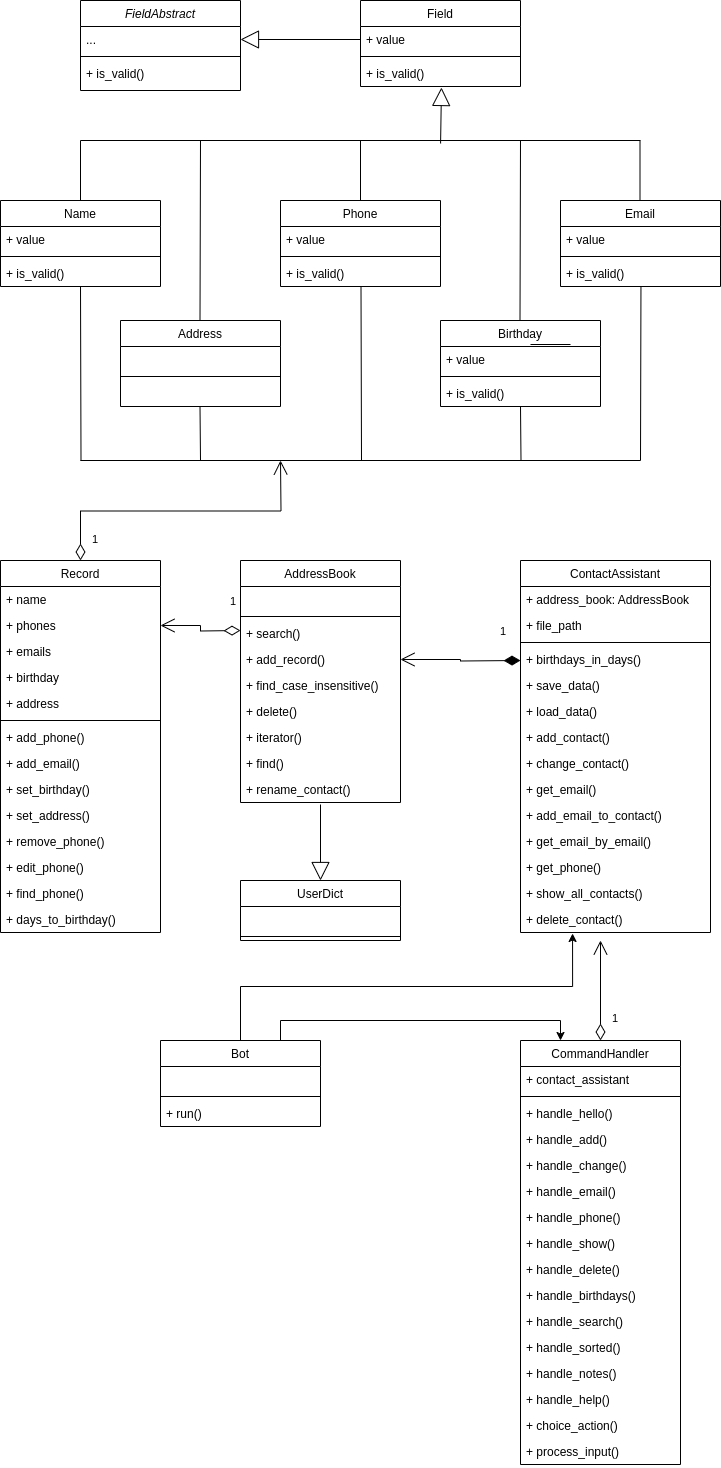
Above: personal_assistant_bot.drawio.png in prominb/personal-notebook (draw.io), before the change. Source tidied: cells renumbered, new cells last; positions are measured from the earlier drawing's top-left corner, leaving out a move shared by most shapes.
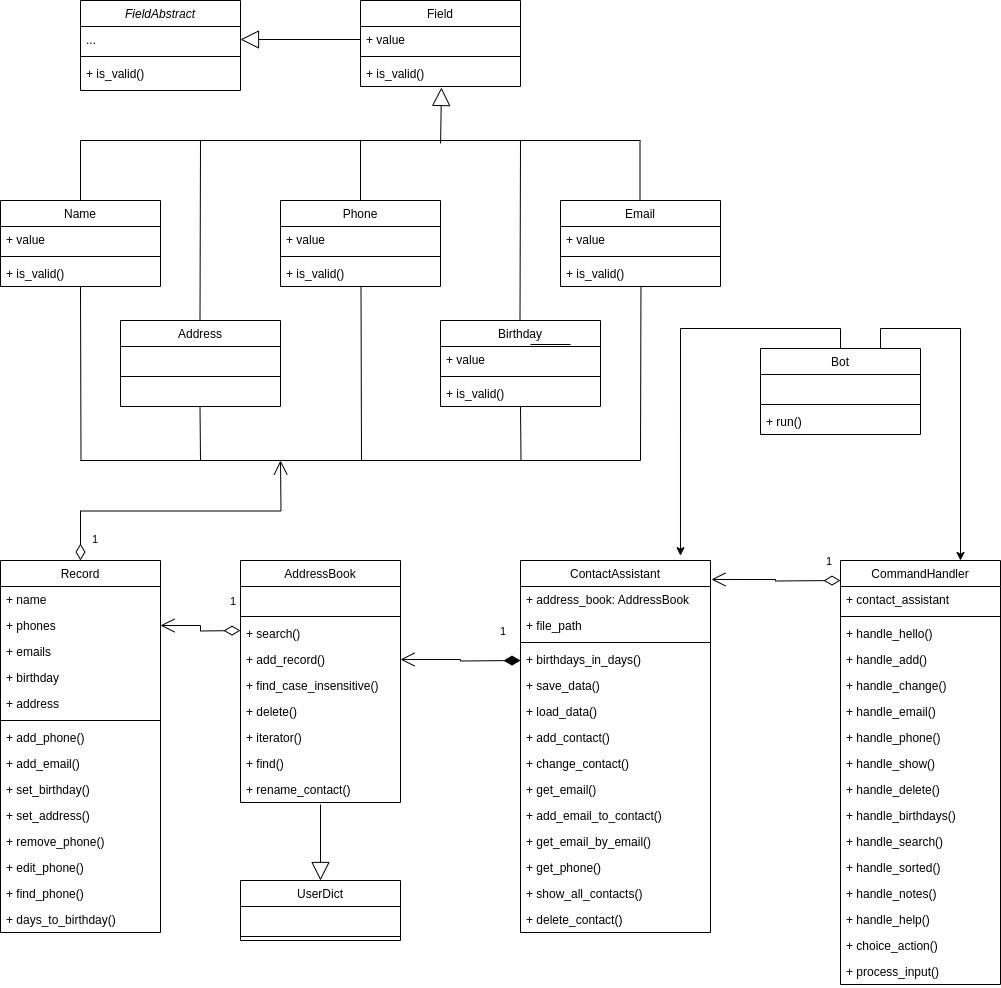
Later version of the same file.

Change to the diagram source:
```diff
@@ -317,7 +317,7 @@
       </mxGeometry>
     </mxCell>
     <mxCell id="92" value="&lt;span style=&quot;font-weight: 400;&quot;&gt;CommandHandler&lt;/span&gt;" style="swimlane;fontStyle=1;align=center;verticalAlign=top;horizontal=1;startSize=26;whiteSpace=wrap;html=1;" parent="1" vertex="1">
-      <mxGeometry x="520" y="1040" width="160" height="424" as="geometry" />
+      <mxGeometry x="840" y="560" width="160" height="424" as="geometry" />
     </mxCell>
     <mxCell id="93" value="+ contact_assistant" style="text;strokeColor=none;fillColor=none;align=left;verticalAlign=top;spacingLeft=4;spacingRight=4;overflow=hidden;whiteSpace=wrap;html=1;" parent="92" vertex="1">
       <mxGeometry y="26" width="160" height="26" as="geometry" />
@@ -367,17 +367,16 @@
     <mxCell id="108" value="+ process_input()" style="text;strokeColor=none;fillColor=none;align=left;verticalAlign=top;spacingLeft=4;spacingRight=4;overflow=hidden;whiteSpace=wrap;html=1;" parent="92" vertex="1">
       <mxGeometry y="398" width="160" height="26" as="geometry" />
     </mxCell>
-    <mxCell id="109" value="1" style="endArrow=open;html=1;endSize=12;startArrow=diamondThin;startSize=14;startFill=0;edgeStyle=orthogonalEdgeStyle;align=left;verticalAlign=bottom;rounded=0;" parent="1" edge="1">
+    <mxCell id="109" value="1" style="endArrow=open;html=1;endSize=12;startArrow=diamondThin;startSize=14;startFill=0;edgeStyle=orthogonalEdgeStyle;align=left;verticalAlign=bottom;rounded=0;entryX=1.005;entryY=0.051;entryDx=0;entryDy=0;entryPerimeter=0;" parent="1" edge="1" target="75">
       <mxGeometry x="-0.75" y="-10" relative="1" as="geometry">
-        <mxPoint x="600" y="1040" as="sourcePoint" />
-        <mxPoint x="600" y="940" as="targetPoint" />
+        <mxPoint x="840" y="580" as="sourcePoint" />
       </mxGeometry>
     </mxCell>
-    <mxCell id="110" style="edgeStyle=orthogonalEdgeStyle;rounded=0;jettySize=auto;html=1;exitX=0.75;exitY=0;exitDx=0;exitDy=0;entryX=0.25;entryY=0;entryDx=0;entryDy=0;" parent="1" edge="1" source="111" target="92">
+    <mxCell id="110" style="edgeStyle=orthogonalEdgeStyle;rounded=0;jettySize=auto;html=1;exitX=0.75;exitY=0;exitDx=0;exitDy=0;entryX=0.75;entryY=0;entryDx=0;entryDy=0;" parent="1" edge="1" source="111" target="92">
       <mxGeometry relative="1" as="geometry" />
     </mxCell>
     <mxCell id="111" value="&lt;span style=&quot;font-weight: 400;&quot;&gt;Bot&lt;/span&gt;" style="swimlane;fontStyle=1;align=center;verticalAlign=top;horizontal=1;startSize=26;whiteSpace=wrap;html=1;" parent="1" vertex="1">
-      <mxGeometry x="160" y="1040" width="160" height="86" as="geometry" />
+      <mxGeometry x="760" y="348" width="160" height="86" as="geometry" />
     </mxCell>
     <mxCell id="112" value="&amp;nbsp;" style="text;strokeColor=none;fillColor=none;align=left;verticalAlign=top;spacingLeft=4;spacingRight=4;overflow=hidden;whiteSpace=wrap;html=1;" parent="111" vertex="1">
       <mxGeometry y="26" width="160" height="26" as="geometry" />
@@ -388,7 +387,7 @@
     <mxCell id="114" value="+ run()" style="text;strokeColor=none;fillColor=none;align=left;verticalAlign=top;spacingLeft=4;spacingRight=4;overflow=hidden;whiteSpace=wrap;html=1;" parent="111" vertex="1">
       <mxGeometry y="60" width="160" height="26" as="geometry" />
     </mxCell>
-    <mxCell id="115" style="edgeStyle=orthogonalEdgeStyle;rounded=0;jettySize=auto;html=1;exitX=0.5;exitY=0;exitDx=0;exitDy=0;entryX=0.274;entryY=1.038;entryDx=0;entryDy=0;entryPerimeter=0;" parent="1" edge="1" source="111" target="89">
+    <mxCell id="115" style="edgeStyle=orthogonalEdgeStyle;rounded=0;jettySize=auto;html=1;exitX=0.5;exitY=0;exitDx=0;exitDy=0;entryX=0.842;entryY=-0.013;entryDx=0;entryDy=0;entryPerimeter=0;" parent="1" edge="1" source="111" target="75">
       <mxGeometry relative="1" as="geometry" />
     </mxCell>
   </root>
```
